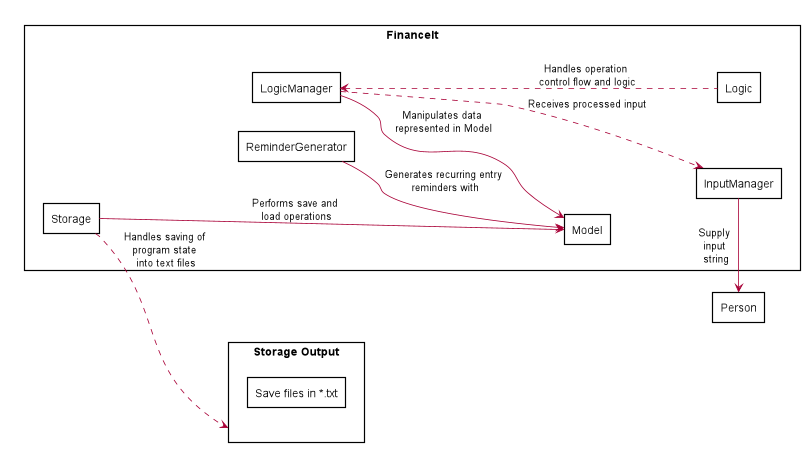
The PlantUML diagram docs/uml_images/images_updated/Overall.png in nus-cs2113-AY2021S1/tp, before a commit.
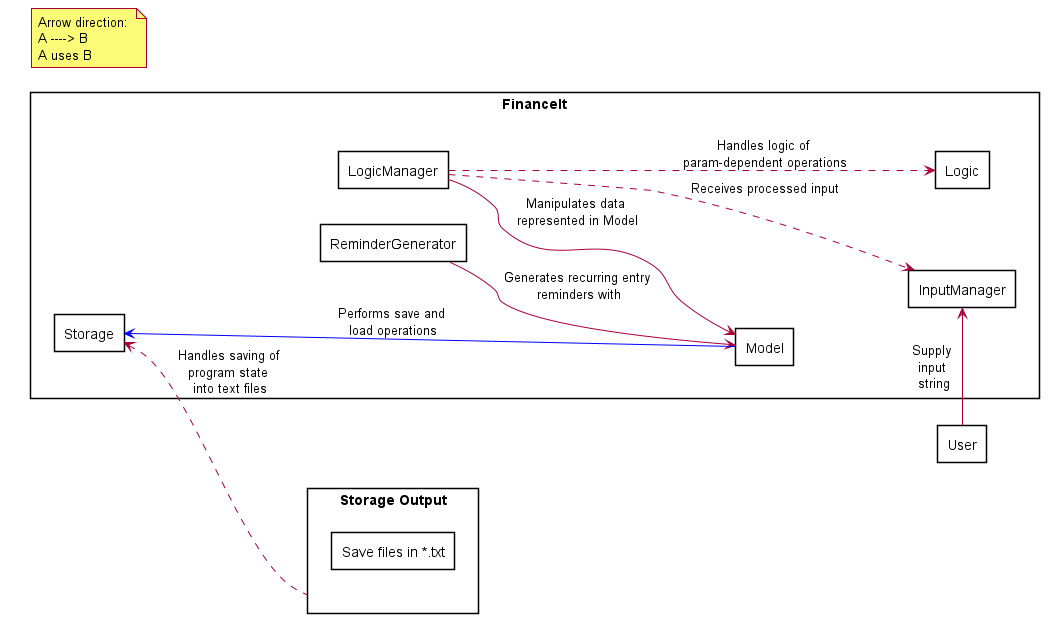
After the change.

Change to the diagram source:
```diff
@@ -17,7 +17,11 @@
     }
 }
 
-
+note as N1
+    Arrow direction:
+    A ----> B
+    A uses B
+end note
 rectangle FinanceIt {
     rectangle ReminderGenerator {
     }
@@ -39,16 +43,16 @@
 
     ReminderGenerator --> Model : Generates recurring entry\n reminders with
     LogicManager --> Model: Manipulates data \nrepresented in Model
-    Storage ---> Model: Performs save and \nload operations
+    Storage <--- Model #blue :  Performs save and \nload operations
     LogicManager ...> InputManager : Receives processed input
-    LogicManager <... Logic : Handles operation \ncontrol flow and logic
-    Storage ..> "Storage Output" : Handles saving of \nprogram state \ninto text files
+    LogicManager ...> Logic : Handles logic of \nparam-dependent operations
+    Storage <.. "Storage Output" : Handles saving of \nprogram state \ninto text files
 
 }
-rectangle Person {
+rectangle User {
 }
 
-Person <- InputManager : Supply \ninput \nstring
-FinanceIt -[hidden]right Person
+User -> InputManager : Supply \ninput \nstring
+FinanceIt -[hidden]right User
 
 @enduml
```
